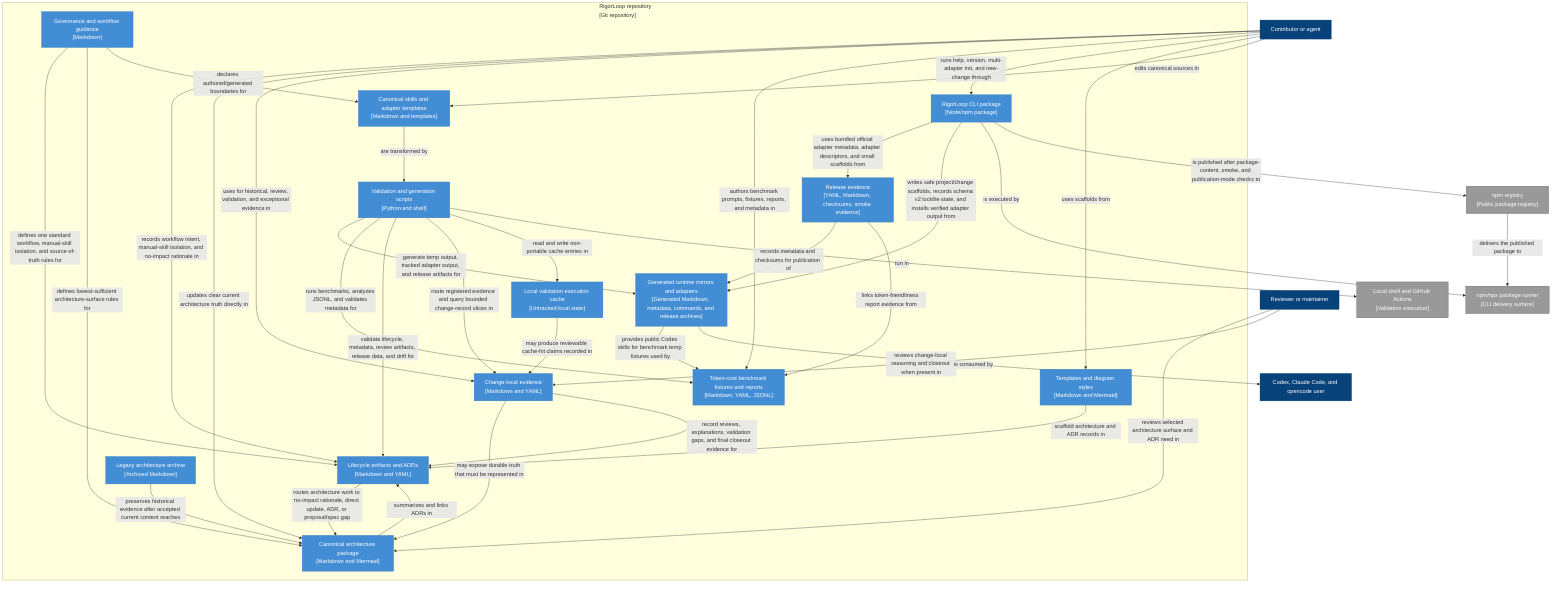
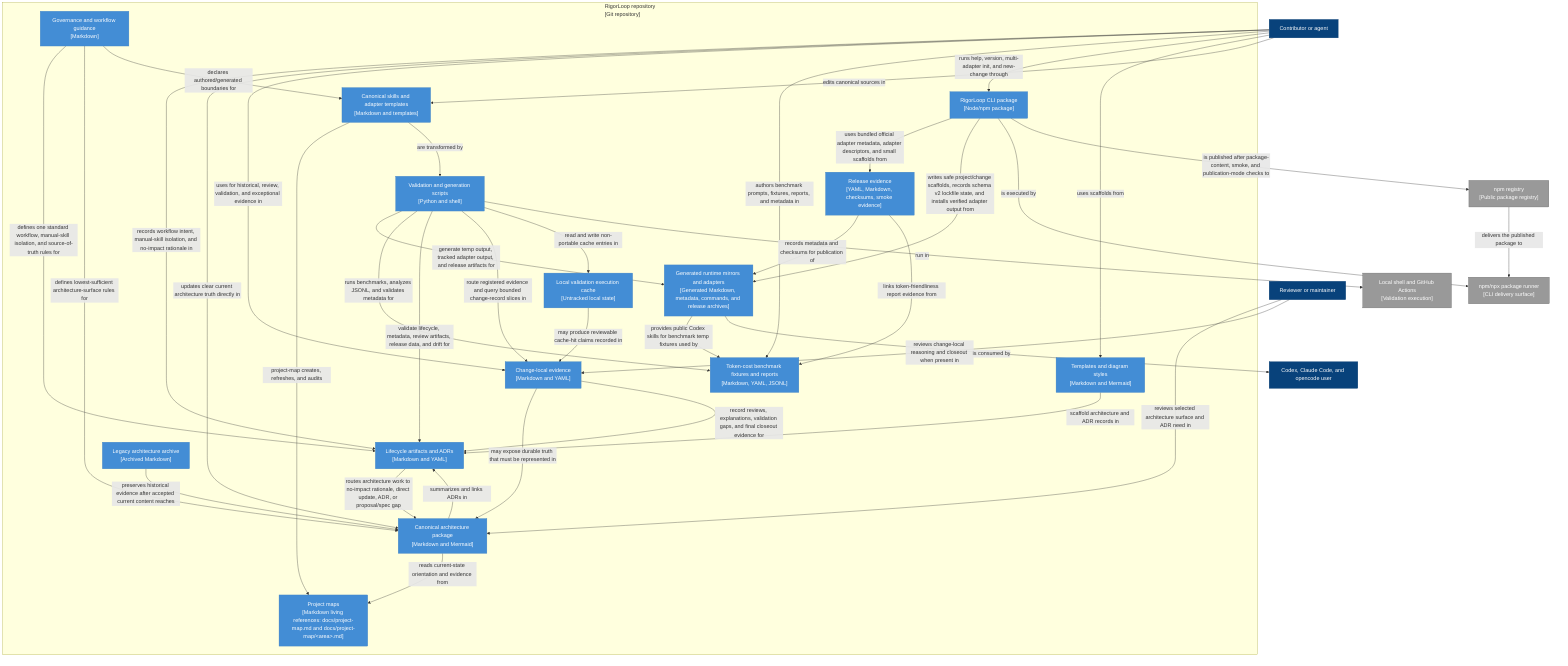
flowchart TB
  contributor["Contributor or agent"]:::person
  reviewer["Reviewer or maintainer"]:::person
  execution["Local shell and GitHub Actions<br/>[Validation execution]"]:::external
  package_runner["npm/npx package runner<br/>[CLI delivery surface]"]:::external
  npm_registry["npm registry<br/>[Public package registry]"]:::external
  adapter_user["Codex, Claude Code, and opencode user"]:::person

  subgraph repo["RigorLoop repository<br/>[Git repository]"]
    governance["Governance and workflow guidance<br/>[Markdown]"]:::container
    lifecycle["Lifecycle artifacts and ADRs<br/>[Markdown and YAML]"]:::container
+     project_maps["Project maps<br/>[Markdown living references: docs/project-map.md and docs/project-map/&lt;area&gt;.md]"]:::container
    token_bench["Token-cost benchmark fixtures and reports<br/>[Markdown, YAML, JSONL]"]:::container
    cli["RigorLoop CLI package<br/>[Node/npm package]"]:::container
    architecture["Canonical architecture package<br/>[Markdown and Mermaid]"]:::container
    changes["Change-local evidence<br/>[Markdown and YAML]"]:::container
    validation_cache["Local validation execution cache<br/>[Untracked local state]"]:::container
    templates["Templates and diagram styles<br/>[Markdown and Mermaid]"]:::container
    skills["Canonical skills and adapter templates<br/>[Markdown and templates]"]:::container
    scripts["Validation and generation scripts<br/>[Python and shell]"]:::container
    generated["Generated runtime mirrors and adapters<br/>[Generated Markdown, metadata, commands, and release archives]"]:::container
    release["Release evidence<br/>[YAML, Markdown, checksums, smoke evidence]"]:::container
    legacy["Legacy architecture archive<br/>[Archived Markdown]"]:::container
  end

  contributor -->|records workflow intent, manual-skill isolation, and no-impact rationale in| lifecycle
  contributor -->|updates clear current architecture truth directly in| architecture
  contributor -->|uses for historical, review, validation, and exceptional evidence in| changes
  contributor -->|authors benchmark prompts, fixtures, reports, and metadata in| token_bench
  contributor -->|runs help, version, multi-adapter init, and new-change through| cli
  contributor -->|uses scaffolds from| templates
  contributor -->|edits canonical sources in| skills
  reviewer -->|reviews selected architecture surface and ADR need in| architecture
  reviewer -->|reviews change-local reasoning and closeout when present in| changes
  governance -->|defines one standard workflow, manual-skill isolation, and source-of-truth rules for| lifecycle
  governance -->|defines lowest-sufficient architecture-surface rules for| architecture
  governance -->|declares authored/generated boundaries for| skills
  lifecycle -->|routes architecture work to no-impact rationale, direct update, ADR, or proposal/spec gap| architecture
+   skills -->|project-map creates, refreshes, and audits| project_maps
+   architecture -->|reads current-state orientation and evidence from| project_maps
  changes -->|may expose durable truth that must be represented in| architecture
  changes -->|record reviews, explanations, validation gaps, and final closeout evidence for| lifecycle
  templates -->|scaffold architecture and ADR records in| lifecycle
  skills -->|are transformed by| scripts
  scripts -->|generate temp output, tracked adapter output, and release artifacts for| generated
  scripts -->|runs benchmarks, analyzes JSONL, and validates metadata for| token_bench
  cli -->|uses bundled official adapter metadata, adapter descriptors, and small scaffolds from| release
  cli -->|writes safe project/change scaffolds, records schema v2 lockfile state, and installs verified adapter output from| generated
  cli -->|is executed by| package_runner
  cli -->|is published after package-content, smoke, and publication-mode checks to| npm_registry
  npm_registry -->|delivers the published package to| package_runner
  generated -->|provides public Codex skills for benchmark temp fixtures used by| token_bench
  scripts -->|validate lifecycle, metadata, review artifacts, release data, and drift for| lifecycle
  scripts -->|route registered evidence and query bounded change-record slices in| changes
  scripts -->|read and write non-portable cache entries in| validation_cache
  validation_cache -->|may produce reviewable cache-hit claims recorded in| changes
  scripts -->|run in| execution
  release -->|records metadata and checksums for publication of| generated
  release -->|links token-friendliness report evidence from| token_bench
  generated -->|is consumed by| adapter_user
  legacy -->|preserves historical evidence after accepted current content reaches| architecture
  architecture -->|summarizes and links ADRs in| lifecycle

  classDef person fill:#08427b,stroke:#073b6f,color:#fff
  classDef system fill:#1168bd,stroke:#0e5aa7,color:#fff
  classDef external fill:#999,stroke:#666,color:#fff
  classDef container fill:#438dd5,stroke:#3c7fc0,color:#fff
